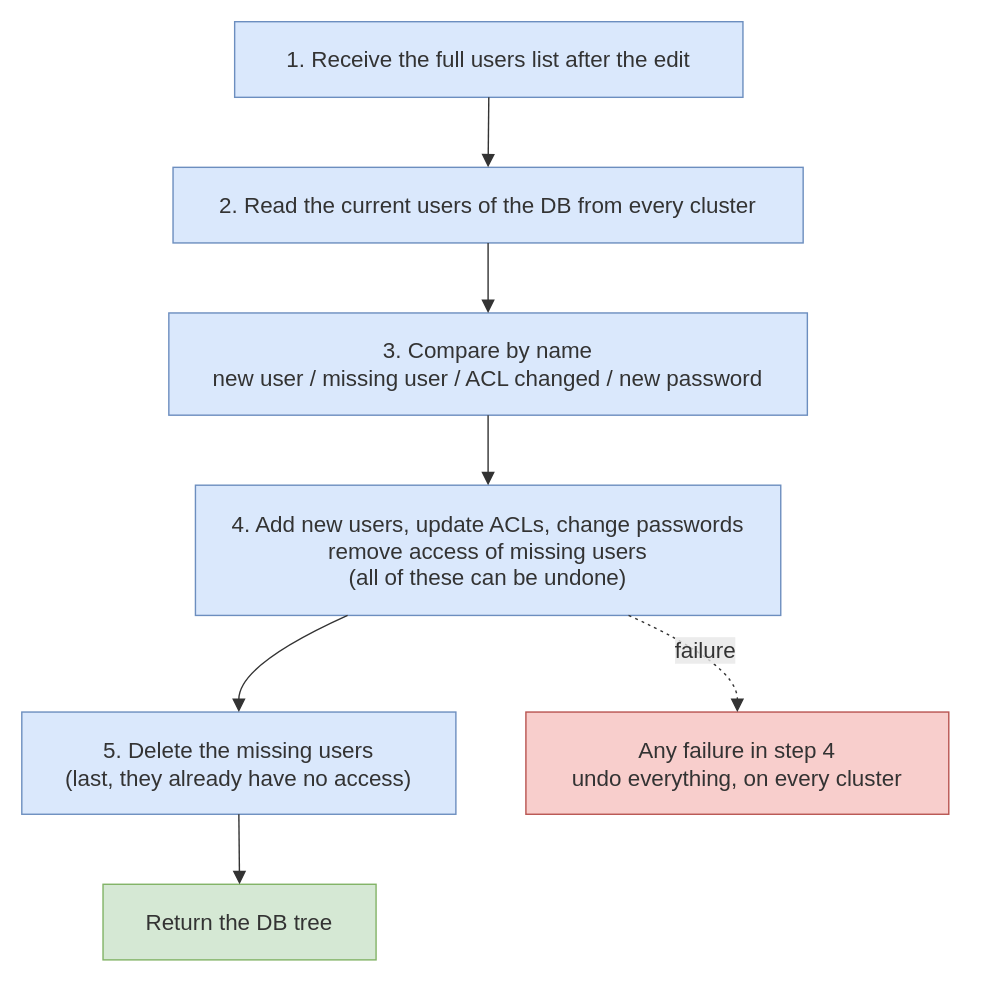
The draw.io diagram docs/dr/diagrams/22-simple-edit-users.drawio.svg in EliShteinman/redis-enterprise-services, before a commit. Source tidied: cells renumbered, new cells last; positions are measured from the earlier drawing's top-left corner, leaving out a move shared by most shapes.
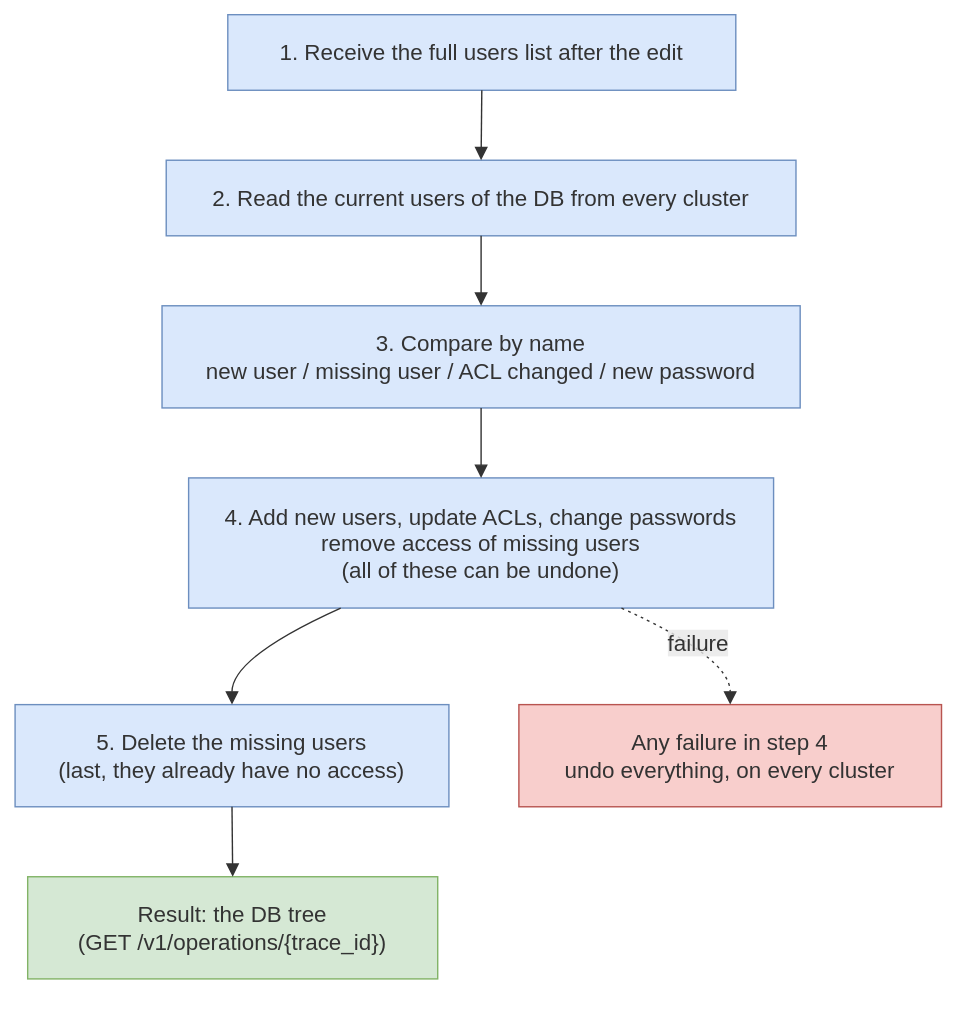
Later version of the same file.

Commit message:
docs: asynchronous API, commands answer 202 and the result comes from the status query

What changed in the source:
```diff
@@ -17,8 +17,8 @@
     <mxCell id="6" value="5. Delete the missing users&#10;(last, they already have no access)" style="html=1;whiteSpace=wrap;strokeWidth=1;fillColor=#dae8fc;strokeColor=#6c8ebf;fontColor=light-dark(#333333,#cccccc);fontFamily=Trebuchet MS,Verdana,Arial,sans-serif;fontSize=16;" parent="1" vertex="1">
       <mxGeometry y="493" width="310" height="73" as="geometry" />
     </mxCell>
-    <mxCell id="7" value="Return the DB tree" style="html=1;whiteSpace=wrap;strokeWidth=1;fillColor=#d5e8d4;strokeColor=#82b366;fontColor=light-dark(#333333,#cccccc);fontFamily=Trebuchet MS,Verdana,Arial,sans-serif;fontSize=16;" parent="1" vertex="1">
-      <mxGeometry x="58" y="616" width="195" height="54" as="geometry" />
+    <mxCell id="7" value="Result: the DB tree&#10;(GET /v1/operations/{trace_id})" style="html=1;whiteSpace=wrap;strokeWidth=1;fillColor=#d5e8d4;strokeColor=#82b366;fontColor=light-dark(#333333,#cccccc);fontFamily=Trebuchet MS,Verdana,Arial,sans-serif;fontSize=16;" parent="1" vertex="1">
+      <mxGeometry x="9" y="616" width="293" height="73" as="geometry" />
     </mxCell>
     <mxCell id="8" value="Any failure in step 4&#10;undo everything, on every cluster" style="html=1;whiteSpace=wrap;strokeWidth=1;fillColor=#f8cecc;strokeColor=#b85450;fontColor=light-dark(#333333,#cccccc);fontFamily=Trebuchet MS,Verdana,Arial,sans-serif;fontSize=16;" parent="1" vertex="1">
       <mxGeometry x="360" y="493" width="302" height="73" as="geometry" />
```
